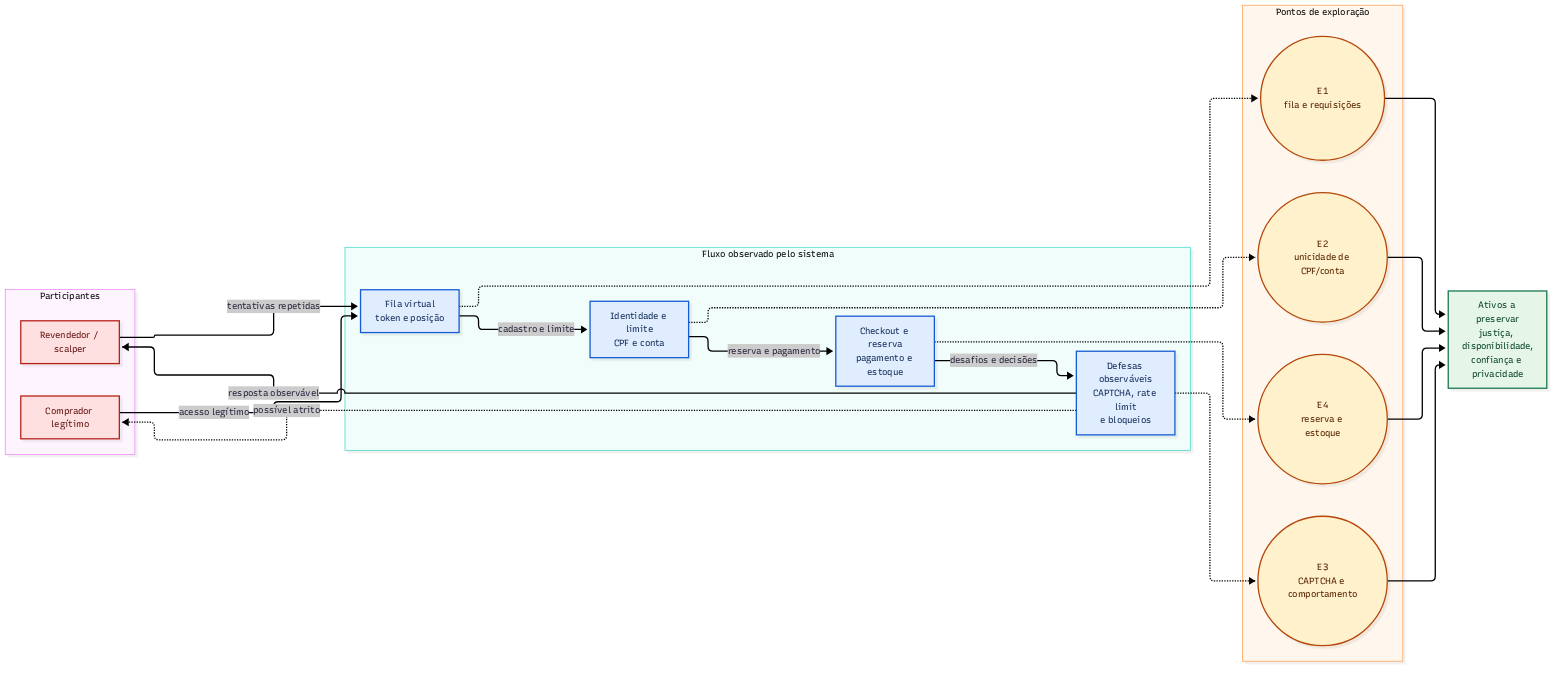
The Mermaid diagram diagramas/superficie-de-ataque.png in felipehscherer/trabalho-engenharia-adversarial, before a commit. Its source is kept beside it as diagramas/superficie-de-ataque.mmd. The source it was exported from:
```mermaid
flowchart LR
    subgraph atores["Participantes"]
        direction TB
        S["Revendedor / scalper"]
        C["Comprador legítimo"]
    end

    subgraph fluxo["Fluxo observado pelo sistema"]
        direction TB
        F["Fila virtual<br/>token e posição"]
        I["Identidade e limite<br/>CPF e conta"]
        K["Checkout e reserva<br/>pagamento e estoque"]
        D["Defesas observáveis<br/>CAPTCHA, rate limit<br/>e bloqueios"]
        F -->|cadastro e limite| I
        I -->|reserva e pagamento| K
        K -->|desafios e decisões| D
    end

    subgraph pontos["Pontos de exploração"]
        direction TB
        E1(("E1<br/>fila e requisições"))
        E2(("E2<br/>unicidade de CPF/conta"))
        E3(("E3<br/>CAPTCHA e comportamento"))
        E4(("E4<br/>reserva e estoque"))
    end

    A["Ativos a preservar<br/>justiça, disponibilidade,<br/>confiança e privacidade"]

    S -->|tentativas repetidas| F
    C -->|acesso legítimo| F
    D -.->|resposta observável| S
    D -.->|possível atrito| C

    F -.-> E1
    I -.-> E2
    K -.-> E4
    D -.-> E3

    E1 --> A
    E2 --> A
    E4 --> A
    E3 --> A

    classDef actor fill:#ffe0e0,stroke:#b42318,color:#5f1210
    classDef interface fill:#e0edff,stroke:#175cd3,color:#102a56
    classDef exploit fill:#fff1cc,stroke:#b54708,color:#572300
    classDef asset fill:#e5f6e8,stroke:#18794e,color:#0b4529

    class S,C actor
    class F,I,K,D interface
    class E1,E2,E3,E4 exploit
    class A asset
```
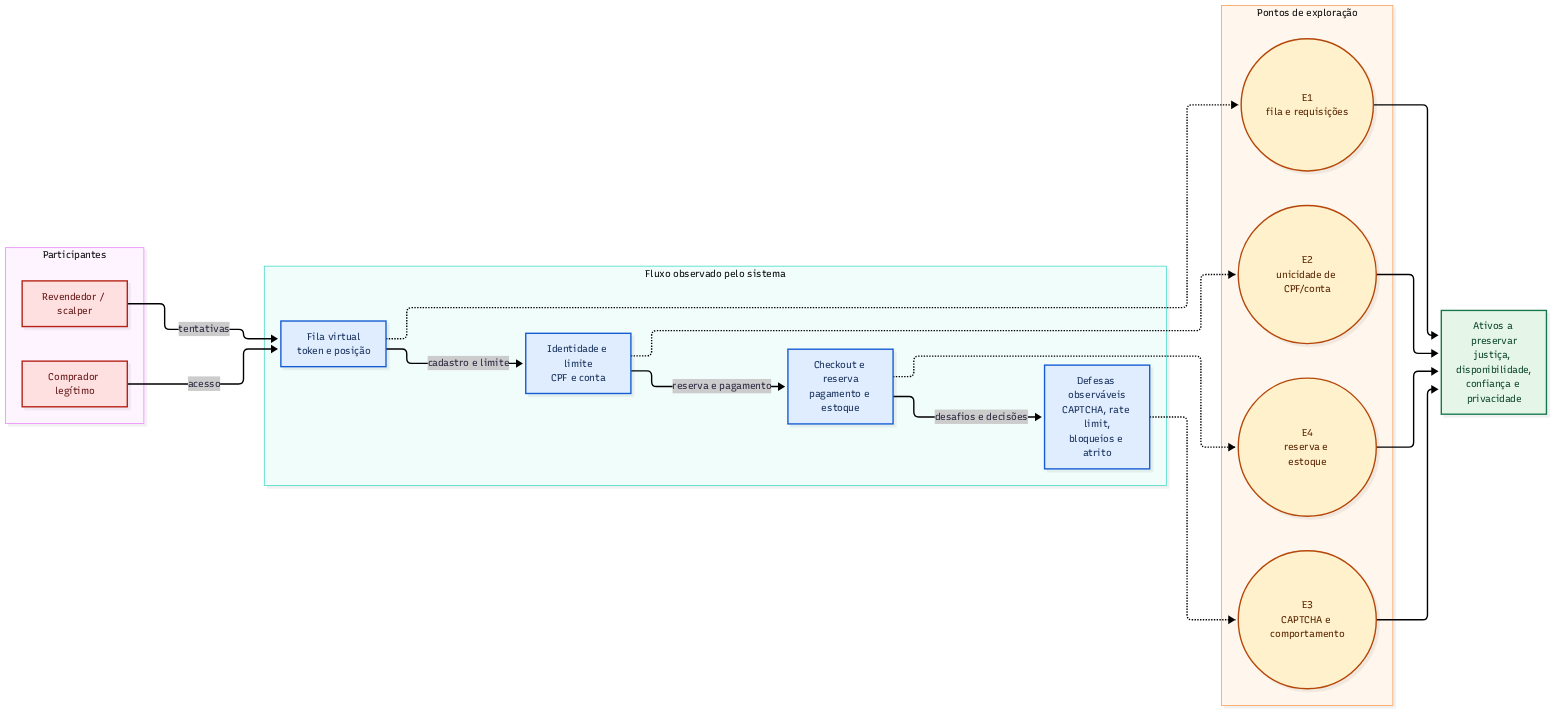
The same file after the commit.

Commit message:
docs: simplificar fluxo da superfície de ataque

The edit, as a diff of the source:
```diff
@@ -10,7 +10,7 @@
         F["Fila virtual<br/>token e posição"]
         I["Identidade e limite<br/>CPF e conta"]
         K["Checkout e reserva<br/>pagamento e estoque"]
-        D["Defesas observáveis<br/>CAPTCHA, rate limit<br/>e bloqueios"]
+        D["Defesas observáveis<br/>CAPTCHA, rate limit,<br/>bloqueios e atrito"]
         F -->|cadastro e limite| I
         I -->|reserva e pagamento| K
         K -->|desafios e decisões| D
@@ -26,10 +26,8 @@
 
     A["Ativos a preservar<br/>justiça, disponibilidade,<br/>confiança e privacidade"]
 
-    S -->|tentativas repetidas| F
-    C -->|acesso legítimo| F
-    D -.->|resposta observável| S
-    D -.->|possível atrito| C
+    S -->|tentativas| F
+    C -->|acesso| F
 
     F -.-> E1
     I -.-> E2
```
